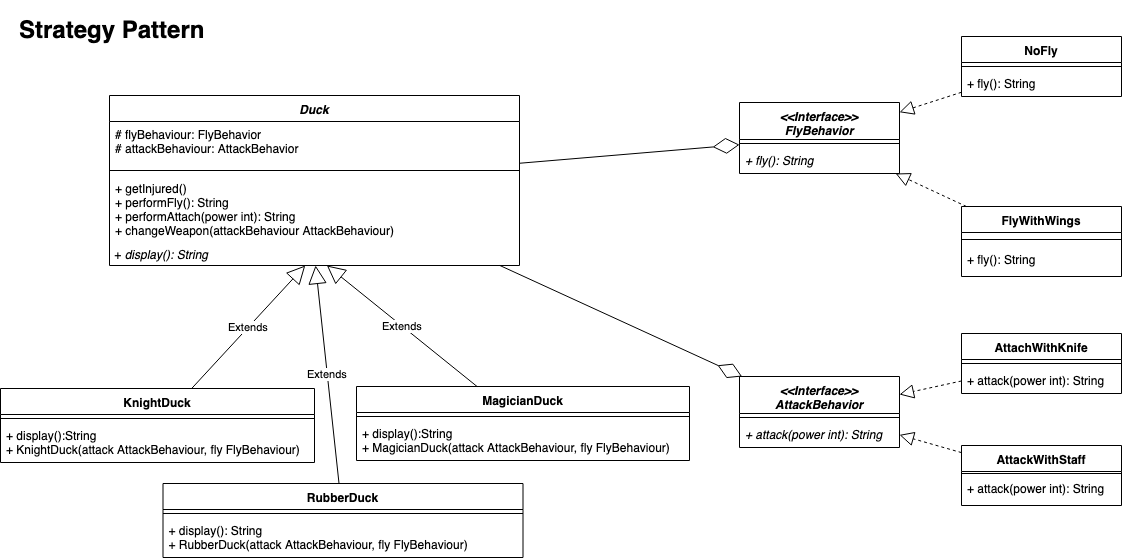
The draw.io diagram comp2100-labs/lab5/uml.png in OddUlrich/Software_Design_Lab, before a commit. Source tidied: cells renumbered, new cells last; positions are measured from the earlier drawing's top-left corner, leaving out a move shared by most shapes. Its diagram source:
```xml
<mxGraphModel>
  <root>
    <mxCell id="0" />
    <mxCell id="1" parent="0" />
    <mxCell id="2" value="Duck" style="swimlane;fontStyle=3;align=center;verticalAlign=top;horizontal=1;startSize=26;" parent="1" vertex="1">
      <mxGeometry x="109" y="85" width="410" height="170" as="geometry" />
    </mxCell>
    <mxCell id="3" value="# flyBehaviour: FlyBehavior&#10;# attackBehaviour: AttackBehavior" style="text;strokeColor=none;fillColor=none;align=left;verticalAlign=top;spacingLeft=4;spacingRight=4;overflow=hidden;" parent="2" vertex="1">
      <mxGeometry y="26" width="410" height="44" as="geometry" />
    </mxCell>
    <mxCell id="4" style="line;strokeWidth=1;fillColor=none;align=left;verticalAlign=middle;spacingTop=-1;spacingLeft=3;spacingRight=3;labelPosition=right;" parent="2" vertex="1">
      <mxGeometry y="70" width="410" height="10" as="geometry" />
    </mxCell>
    <mxCell id="5" value="+ getInjured()&#10;+ performFly(): String&#10;+ performAttach(power int): String&#10;+ changeWeapon(attackBehaviour AttackBehaviour)" style="text;strokeColor=none;fillColor=none;align=left;verticalAlign=top;spacingLeft=4;spacingRight=4;overflow=hidden;fontStyle=0;" parent="2" vertex="1">
      <mxGeometry y="80" width="410" height="70" as="geometry" />
    </mxCell>
    <mxCell id="6" value="&amp;nbsp;+ &lt;i&gt;display(): String&lt;/i&gt;" style="text;html=1;points=[];align=left;verticalAlign=top;spacingTop=-4;" parent="2" vertex="1">
      <mxGeometry y="150" width="410" height="20" as="geometry" />
    </mxCell>
    <mxCell id="7" value="&lt;&lt;Interface&gt;&gt;&#10;FlyBehavior" style="swimlane;fontStyle=3;align=center;verticalAlign=top;horizontal=1;startSize=37;" parent="1" vertex="1">
      <mxGeometry x="739" y="92" width="160" height="71" as="geometry" />
    </mxCell>
    <mxCell id="8" style="line;strokeWidth=1;fillColor=none;align=left;verticalAlign=middle;spacingTop=-1;spacingLeft=3;spacingRight=3;labelPosition=right;" parent="7" vertex="1">
      <mxGeometry y="37" width="160" height="8" as="geometry" />
    </mxCell>
    <mxCell id="9" value="+ fly(): String" style="text;strokeColor=none;fillColor=none;align=left;verticalAlign=top;spacingLeft=4;spacingRight=4;overflow=hidden;fontStyle=2;" parent="7" vertex="1">
      <mxGeometry y="45" width="160" height="26" as="geometry" />
    </mxCell>
    <mxCell id="10" value="KnightDuck" style="swimlane;fontStyle=1;align=center;verticalAlign=top;horizontal=1;startSize=26;" parent="1" vertex="1">
      <mxGeometry y="378" width="314" height="74" as="geometry" />
    </mxCell>
    <mxCell id="11" style="line;strokeWidth=1;fillColor=none;align=left;verticalAlign=middle;spacingTop=-1;spacingLeft=3;spacingRight=3;labelPosition=right;" parent="10" vertex="1">
      <mxGeometry y="26" width="314" height="8" as="geometry" />
    </mxCell>
    <mxCell id="12" value="+ display():String&#10;+ KnightDuck(attack AttackBehaviour, fly FlyBehaviour)" style="text;strokeColor=none;fillColor=none;align=left;verticalAlign=top;spacingLeft=4;spacingRight=4;overflow=hidden;" parent="10" vertex="1">
      <mxGeometry y="34" width="314" height="40" as="geometry" />
    </mxCell>
    <mxCell id="13" value="MagicianDuck" style="swimlane;fontStyle=1;align=center;verticalAlign=top;horizontal=1;startSize=26;" parent="1" vertex="1">
      <mxGeometry x="356" y="376" width="333" height="74" as="geometry" />
    </mxCell>
    <mxCell id="14" style="line;strokeWidth=1;fillColor=none;align=left;verticalAlign=middle;spacingTop=-1;spacingLeft=3;spacingRight=3;labelPosition=right;" parent="13" vertex="1">
      <mxGeometry y="26" width="333" height="8" as="geometry" />
    </mxCell>
    <mxCell id="15" value="+ display():String&#10;+ MagicianDuck(attack AttackBehaviour, fly FlyBehaviour)&#10;" style="text;strokeColor=none;fillColor=none;align=left;verticalAlign=top;spacingLeft=4;spacingRight=4;overflow=hidden;" parent="13" vertex="1">
      <mxGeometry y="34" width="333" height="40" as="geometry" />
    </mxCell>
    <mxCell id="16" value="Extends" style="endArrow=block;endSize=16;endFill=0;html=1;" parent="1" edge="1" source="10" target="6">
      <mxGeometry relative="1" as="geometry" />
    </mxCell>
    <mxCell id="17" value="Extends" style="endArrow=block;endSize=16;endFill=0;html=1;" parent="1" edge="1" source="13" target="6">
      <mxGeometry relative="1" as="geometry" />
    </mxCell>
    <mxCell id="18" value="NoFly" style="swimlane;fontStyle=1;align=center;verticalAlign=top;horizontal=1;startSize=26;" parent="1" vertex="1">
      <mxGeometry x="961" y="26" width="160" height="60" as="geometry" />
    </mxCell>
    <mxCell id="19" style="line;strokeWidth=1;fillColor=none;align=left;verticalAlign=middle;spacingTop=-1;spacingLeft=3;spacingRight=3;labelPosition=right;" parent="18" vertex="1">
      <mxGeometry y="26" width="160" height="8" as="geometry" />
    </mxCell>
    <mxCell id="20" value="+ fly(): String" style="text;strokeColor=none;fillColor=none;align=left;verticalAlign=top;spacingLeft=4;spacingRight=4;overflow=hidden;" parent="18" vertex="1">
      <mxGeometry y="34" width="160" height="26" as="geometry" />
    </mxCell>
    <mxCell id="21" value="FlyWithWings" style="swimlane;fontStyle=1;align=center;verticalAlign=top;horizontal=1;startSize=26;" parent="1" vertex="1">
      <mxGeometry x="961" y="196" width="160" height="70" as="geometry" />
    </mxCell>
    <mxCell id="22" style="line;strokeWidth=1;fillColor=none;align=left;verticalAlign=middle;spacingTop=-1;spacingLeft=3;spacingRight=3;labelPosition=right;" parent="21" vertex="1">
      <mxGeometry y="26" width="160" height="14" as="geometry" />
    </mxCell>
    <mxCell id="23" value="+ fly(): String" style="text;strokeColor=none;fillColor=none;align=left;verticalAlign=top;spacingLeft=4;spacingRight=4;overflow=hidden;" parent="21" vertex="1">
      <mxGeometry y="40" width="160" height="30" as="geometry" />
    </mxCell>
    <mxCell id="24" value="RubberDuck" style="swimlane;fontStyle=1;align=center;verticalAlign=top;horizontal=1;startSize=26;" parent="1" vertex="1">
      <mxGeometry x="162.5" y="473" width="360" height="74" as="geometry" />
    </mxCell>
    <mxCell id="25" style="line;strokeWidth=1;fillColor=none;align=left;verticalAlign=middle;spacingTop=-1;spacingLeft=3;spacingRight=3;labelPosition=right;" parent="24" vertex="1">
      <mxGeometry y="26" width="360" height="8" as="geometry" />
    </mxCell>
    <mxCell id="26" value="+ display(): String&#10;+ RubberDuck(attack AttackBehaviour, fly FlyBehaviour)&#10;" style="text;strokeColor=none;fillColor=none;align=left;verticalAlign=top;spacingLeft=4;spacingRight=4;overflow=hidden;" parent="24" vertex="1">
      <mxGeometry y="34" width="360" height="40" as="geometry" />
    </mxCell>
    <mxCell id="27" value="Extends" style="endArrow=block;endSize=16;endFill=0;html=1;" parent="1" edge="1" source="24" target="6">
      <mxGeometry relative="1" as="geometry" />
    </mxCell>
    <mxCell id="28" value="&lt;&lt;Interface&gt;&gt;&#10;AttackBehavior" style="swimlane;fontStyle=3;align=center;verticalAlign=top;horizontal=1;startSize=37;" parent="1" vertex="1">
      <mxGeometry x="739" y="366" width="160" height="71" as="geometry" />
    </mxCell>
    <mxCell id="29" style="line;strokeWidth=1;fillColor=none;align=left;verticalAlign=middle;spacingTop=-1;spacingLeft=3;spacingRight=3;labelPosition=right;" parent="28" vertex="1">
      <mxGeometry y="37" width="160" height="8" as="geometry" />
    </mxCell>
    <mxCell id="30" value="+ attack(power int): String" style="text;strokeColor=none;fillColor=none;align=left;verticalAlign=top;spacingLeft=4;spacingRight=4;overflow=hidden;fontStyle=2;" parent="28" vertex="1">
      <mxGeometry y="45" width="160" height="26" as="geometry" />
    </mxCell>
    <mxCell id="31" value="AttachWithKnife" style="swimlane;fontStyle=1;align=center;verticalAlign=top;horizontal=1;startSize=26;" parent="1" vertex="1">
      <mxGeometry x="961" y="323" width="160" height="60" as="geometry" />
    </mxCell>
    <mxCell id="32" style="line;strokeWidth=1;fillColor=none;align=left;verticalAlign=middle;spacingTop=-1;spacingLeft=3;spacingRight=3;labelPosition=right;" parent="31" vertex="1">
      <mxGeometry y="26" width="160" height="8" as="geometry" />
    </mxCell>
    <mxCell id="33" value="+ attack(power int): String" style="text;strokeColor=none;fillColor=none;align=left;verticalAlign=top;spacingLeft=4;spacingRight=4;overflow=hidden;" parent="31" vertex="1">
      <mxGeometry y="34" width="160" height="26" as="geometry" />
    </mxCell>
    <mxCell id="34" value="AttackWithStaff" style="swimlane;fontStyle=1;align=center;verticalAlign=top;horizontal=1;startSize=26;" parent="1" vertex="1">
      <mxGeometry x="961" y="435" width="160" height="60" as="geometry" />
    </mxCell>
    <mxCell id="35" style="line;strokeWidth=1;fillColor=none;align=left;verticalAlign=middle;spacingTop=-1;spacingLeft=3;spacingRight=3;labelPosition=right;" parent="34" vertex="1">
      <mxGeometry y="26" width="160" height="4" as="geometry" />
    </mxCell>
    <mxCell id="36" value="+ attack(power int): String" style="text;strokeColor=none;fillColor=none;align=left;verticalAlign=top;spacingLeft=4;spacingRight=4;overflow=hidden;" parent="34" vertex="1">
      <mxGeometry y="30" width="160" height="30" as="geometry" />
    </mxCell>
    <mxCell id="37" value="&lt;h1&gt;Strategy Pattern&lt;/h1&gt;" style="text;html=1;strokeColor=none;fillColor=none;spacing=5;spacingTop=-20;whiteSpace=wrap;overflow=hidden;rounded=0;" parent="1" vertex="1">
      <mxGeometry x="14" width="255" height="56" as="geometry" />
    </mxCell>
    <mxCell id="38" style="endArrow=diamondThin;endFill=0;endSize=24;html=1;" parent="1" edge="1" source="2" target="7">
      <mxGeometry relative="1" as="geometry" />
    </mxCell>
    <mxCell id="39" style="endArrow=diamondThin;endFill=0;endSize=24;html=1;" parent="1" edge="1" source="2" target="28">
      <mxGeometry relative="1" as="geometry" />
    </mxCell>
    <mxCell id="40" style="endArrow=block;dashed=1;endFill=0;endSize=12;html=1;" parent="1" edge="1" source="34" target="28">
      <mxGeometry relative="1" as="geometry" />
    </mxCell>
    <mxCell id="41" style="endArrow=block;dashed=1;endFill=0;endSize=12;html=1;" parent="1" edge="1" source="31" target="28">
      <mxGeometry relative="1" as="geometry" />
    </mxCell>
    <mxCell id="42" style="endArrow=block;dashed=1;endFill=0;endSize=12;html=1;" parent="1" edge="1" source="21" target="7">
      <mxGeometry relative="1" as="geometry" />
    </mxCell>
    <mxCell id="43" style="endArrow=block;dashed=1;endFill=0;endSize=12;html=1;" parent="1" edge="1" source="18" target="7">
      <mxGeometry relative="1" as="geometry" />
    </mxCell>
  </root>
</mxGraphModel>
```
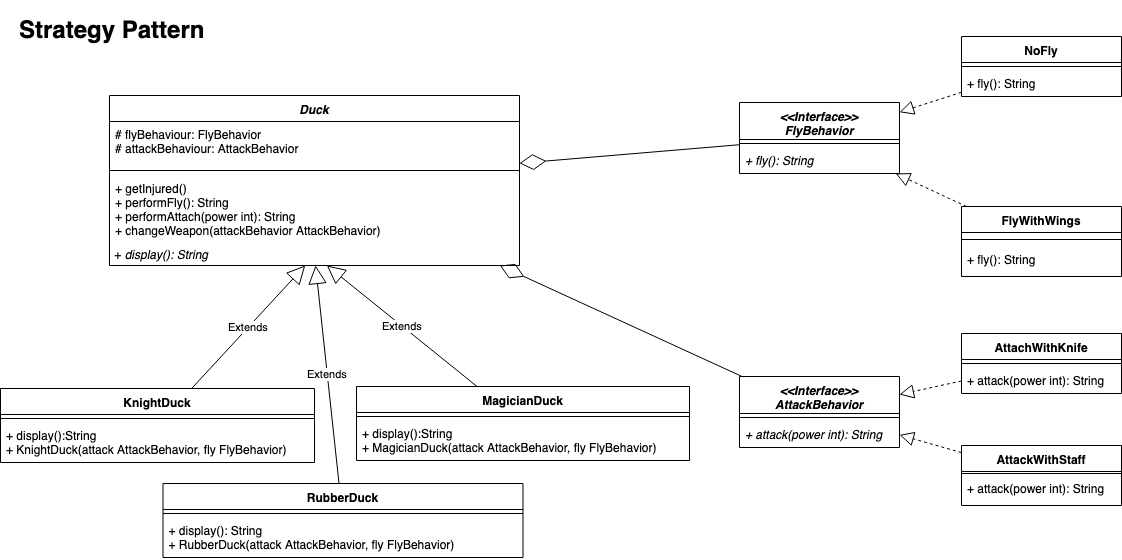
The same diagram one commit later.

The edit, as a diff of the source:
```diff
@@ -11,7 +11,7 @@
     <mxCell id="4" style="line;strokeWidth=1;fillColor=none;align=left;verticalAlign=middle;spacingTop=-1;spacingLeft=3;spacingRight=3;labelPosition=right;" parent="2" vertex="1">
       <mxGeometry y="70" width="410" height="10" as="geometry" />
     </mxCell>
-    <mxCell id="5" value="+ getInjured()&#10;+ performFly(): String&#10;+ performAttach(power int): String&#10;+ changeWeapon(attackBehaviour AttackBehaviour)" style="text;strokeColor=none;fillColor=none;align=left;verticalAlign=top;spacingLeft=4;spacingRight=4;overflow=hidden;fontStyle=0;" parent="2" vertex="1">
+    <mxCell id="5" value="+ getInjured()&#10;+ performFly(): String&#10;+ performAttach(power int): String&#10;+ changeWeapon(attackBehavior AttackBehavior)" style="text;strokeColor=none;fillColor=none;align=left;verticalAlign=top;spacingLeft=4;spacingRight=4;overflow=hidden;fontStyle=0;" parent="2" vertex="1">
       <mxGeometry y="80" width="410" height="70" as="geometry" />
     </mxCell>
     <mxCell id="6" value="&amp;nbsp;+ &lt;i&gt;display(): String&lt;/i&gt;" style="text;html=1;points=[];align=left;verticalAlign=top;spacingTop=-4;" parent="2" vertex="1">
@@ -32,7 +32,7 @@
     <mxCell id="11" style="line;strokeWidth=1;fillColor=none;align=left;verticalAlign=middle;spacingTop=-1;spacingLeft=3;spacingRight=3;labelPosition=right;" parent="10" vertex="1">
       <mxGeometry y="26" width="314" height="8" as="geometry" />
     </mxCell>
-    <mxCell id="12" value="+ display():String&#10;+ KnightDuck(attack AttackBehaviour, fly FlyBehaviour)" style="text;strokeColor=none;fillColor=none;align=left;verticalAlign=top;spacingLeft=4;spacingRight=4;overflow=hidden;" parent="10" vertex="1">
+    <mxCell id="12" value="+ display():String&#10;+ KnightDuck(attack AttackBehavior, fly FlyBehavior)" style="text;strokeColor=none;fillColor=none;align=left;verticalAlign=top;spacingLeft=4;spacingRight=4;overflow=hidden;" parent="10" vertex="1">
       <mxGeometry y="34" width="314" height="40" as="geometry" />
     </mxCell>
     <mxCell id="13" value="MagicianDuck" style="swimlane;fontStyle=1;align=center;verticalAlign=top;horizontal=1;startSize=26;" parent="1" vertex="1">
@@ -41,7 +41,7 @@
     <mxCell id="14" style="line;strokeWidth=1;fillColor=none;align=left;verticalAlign=middle;spacingTop=-1;spacingLeft=3;spacingRight=3;labelPosition=right;" parent="13" vertex="1">
       <mxGeometry y="26" width="333" height="8" as="geometry" />
     </mxCell>
-    <mxCell id="15" value="+ display():String&#10;+ MagicianDuck(attack AttackBehaviour, fly FlyBehaviour)&#10;" style="text;strokeColor=none;fillColor=none;align=left;verticalAlign=top;spacingLeft=4;spacingRight=4;overflow=hidden;" parent="13" vertex="1">
+    <mxCell id="15" value="+ display():String&#10;+ MagicianDuck(attack AttackBehavior, fly FlyBehavior)&#10;" style="text;strokeColor=none;fillColor=none;align=left;verticalAlign=top;spacingLeft=4;spacingRight=4;overflow=hidden;" parent="13" vertex="1">
       <mxGeometry y="34" width="333" height="40" as="geometry" />
     </mxCell>
     <mxCell id="16" value="Extends" style="endArrow=block;endSize=16;endFill=0;html=1;" parent="1" edge="1" source="10" target="6">
@@ -74,7 +74,7 @@
     <mxCell id="25" style="line;strokeWidth=1;fillColor=none;align=left;verticalAlign=middle;spacingTop=-1;spacingLeft=3;spacingRight=3;labelPosition=right;" parent="24" vertex="1">
       <mxGeometry y="26" width="360" height="8" as="geometry" />
     </mxCell>
-    <mxCell id="26" value="+ display(): String&#10;+ RubberDuck(attack AttackBehaviour, fly FlyBehaviour)&#10;" style="text;strokeColor=none;fillColor=none;align=left;verticalAlign=top;spacingLeft=4;spacingRight=4;overflow=hidden;" parent="24" vertex="1">
+    <mxCell id="26" value="+ display(): String&#10;+ RubberDuck(attack AttackBehavior, fly FlyBehavior)&#10;" style="text;strokeColor=none;fillColor=none;align=left;verticalAlign=top;spacingLeft=4;spacingRight=4;overflow=hidden;" parent="24" vertex="1">
       <mxGeometry y="34" width="360" height="40" as="geometry" />
     </mxCell>
     <mxCell id="27" value="Extends" style="endArrow=block;endSize=16;endFill=0;html=1;" parent="1" edge="1" source="24" target="6">
@@ -110,10 +110,10 @@
     <mxCell id="37" value="&lt;h1&gt;Strategy Pattern&lt;/h1&gt;" style="text;html=1;strokeColor=none;fillColor=none;spacing=5;spacingTop=-20;whiteSpace=wrap;overflow=hidden;rounded=0;" parent="1" vertex="1">
       <mxGeometry x="14" width="255" height="56" as="geometry" />
     </mxCell>
-    <mxCell id="38" style="endArrow=diamondThin;endFill=0;endSize=24;html=1;" parent="1" edge="1" source="2" target="7">
+    <mxCell id="38" style="endArrow=diamondThin;endFill=0;endSize=24;html=1;" parent="1" edge="1" source="7" target="2">
       <mxGeometry relative="1" as="geometry" />
     </mxCell>
-    <mxCell id="39" style="endArrow=diamondThin;endFill=0;endSize=24;html=1;" parent="1" edge="1" source="2" target="28">
+    <mxCell id="39" style="endArrow=diamondThin;endFill=0;endSize=24;html=1;" parent="1" edge="1" source="28" target="2">
       <mxGeometry relative="1" as="geometry" />
     </mxCell>
     <mxCell id="40" style="endArrow=block;dashed=1;endFill=0;endSize=12;html=1;" parent="1" edge="1" source="34" target="28">
```
